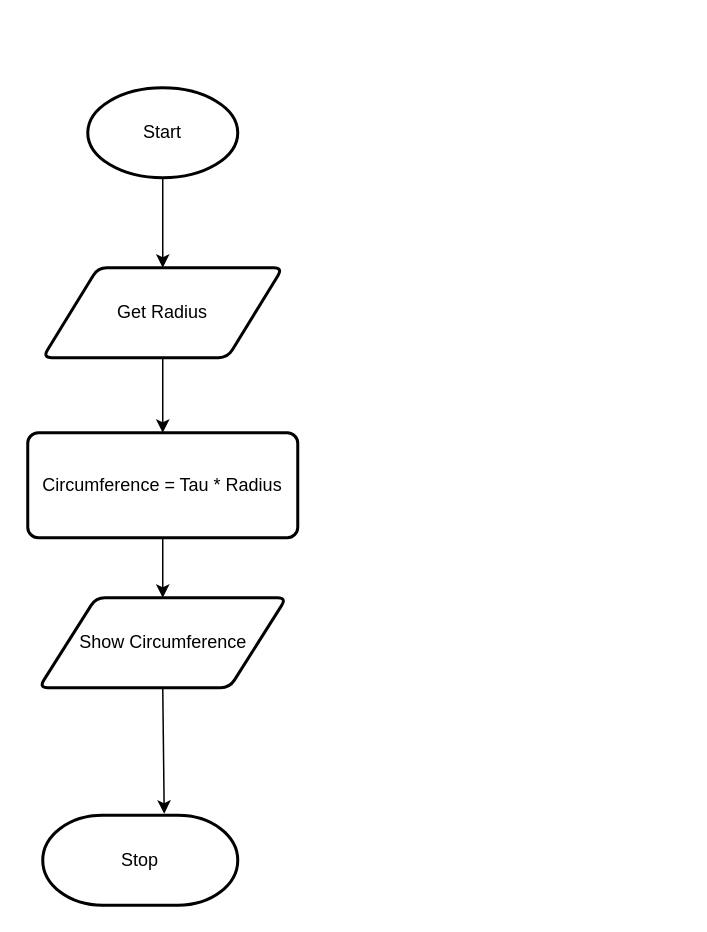
Earlier version of the draw.io diagram flowchart.drawio (Ethan-Prieur1/ICS3U-Unit3-01-Python). Source tidied: cells renumbered, new cells numbered last; positions are measured from the earlier drawing's top-left corner, leaving out a move shared by most shapes. Both pictures are drawn from the tidied source at 150%, with x=0, y=0 at pixel (27, 87).
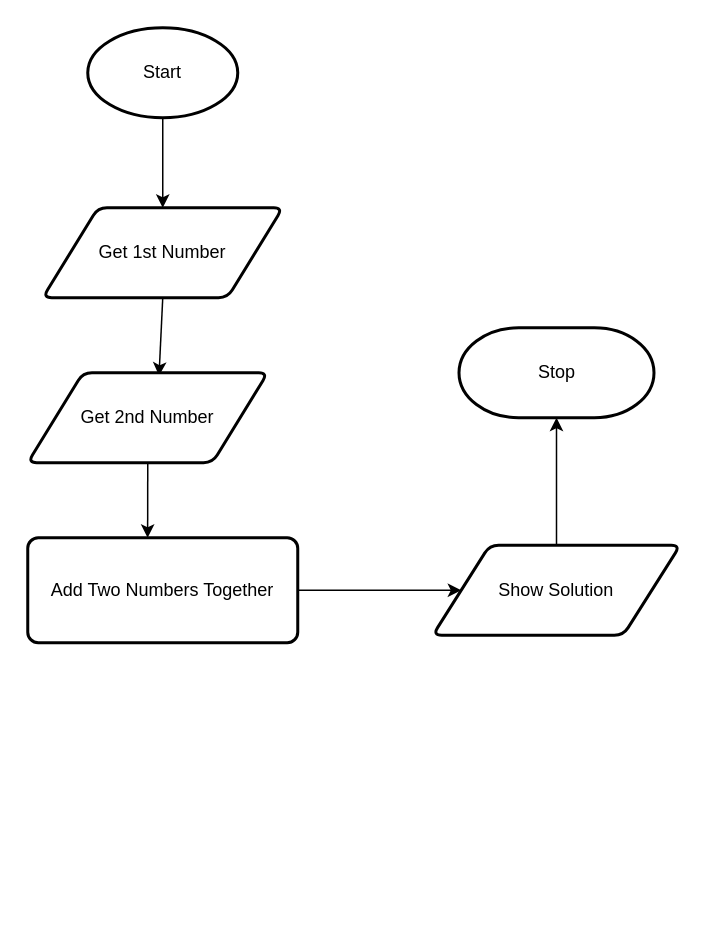
After the change.

What changed in the source:
```diff
@@
 <mxGraphModel>
   <root>
     <mxCell id="0" />
     <mxCell id="1" parent="0" />
     <mxCell id="2" style="edgeStyle=none;html=1;exitX=0.5;exitY=1;exitDx=0;exitDy=0;exitPerimeter=0;entryX=0.5;entryY=0;entryDx=0;entryDy=0;" parent="1" edge="1" source="3" target="5">
       <mxGeometry relative="1" as="geometry" />
     </mxCell>
     <mxCell id="3" value="Start" style="strokeWidth=2;html=1;shape=mxgraph.flowchart.start_1;whiteSpace=wrap;" parent="1" vertex="1">
-      <mxGeometry x="40" width="100" height="60" as="geometry" />
+      <mxGeometry x="40" y="-40" width="100" height="60" as="geometry" />
     </mxCell>
-    <mxCell id="4" style="edgeStyle=none;html=1;exitX=0.5;exitY=1;exitDx=0;exitDy=0;entryX=0.5;entryY=0;entryDx=0;entryDy=0;" parent="1" edge="1" source="5" target="7">
-      <mxGeometry relative="1" as="geometry" />
-    </mxCell>
+    <mxCell id="11" style="edgeStyle=none;html=1;exitX=0.5;exitY=1;exitDx=0;exitDy=0;entryX=0.547;entryY=0.033;entryDx=0;entryDy=0;entryPerimeter=0;" parent="1" edge="1" source="5" target="13">
+      <mxGeometry relative="1" as="geometry" />
+    </mxCell>
-    <mxCell id="5" value="Get Radius" style="shape=parallelogram;html=1;strokeWidth=2;perimeter=parallelogramPerimeter;whiteSpace=wrap;rounded=1;arcSize=12;size=0.23;" parent="1" vertex="1">
-      <mxGeometry x="10" y="120" width="160" height="60" as="geometry" />
+    <mxCell id="5" value="Get 1st Number" style="shape=parallelogram;html=1;strokeWidth=2;perimeter=parallelogramPerimeter;whiteSpace=wrap;rounded=1;arcSize=12;size=0.23;" parent="1" vertex="1">
+      <mxGeometry x="10" y="80" width="160" height="60" as="geometry" />
     </mxCell>
-    <mxCell id="6" style="edgeStyle=none;html=1;exitX=0.5;exitY=1;exitDx=0;exitDy=0;entryX=0.5;entryY=0;entryDx=0;entryDy=0;" parent="1" edge="1" source="7" target="9">
+    <mxCell id="6" style="edgeStyle=none;html=1;exitX=1;exitY=0.5;exitDx=0;exitDy=0;entryX=0;entryY=0.5;entryDx=0;entryDy=0;" parent="1" edge="1" source="7" target="9">
       <mxGeometry relative="1" as="geometry" />
     </mxCell>
-    <mxCell id="7" value="Circumference = Tau * Radius" style="rounded=1;whiteSpace=wrap;html=1;absoluteArcSize=1;arcSize=14;strokeWidth=2;" parent="1" vertex="1">
-      <mxGeometry y="230" width="180" height="70" as="geometry" />
+    <mxCell id="7" value="Add Two Numbers Together" style="rounded=1;whiteSpace=wrap;html=1;absoluteArcSize=1;arcSize=14;strokeWidth=2;" parent="1" vertex="1">
+      <mxGeometry y="300" width="180" height="70" as="geometry" />
     </mxCell>
-    <mxCell id="8" style="edgeStyle=none;html=1;exitX=0.5;exitY=1;exitDx=0;exitDy=0;entryX=0.623;entryY=-0.017;entryDx=0;entryDy=0;entryPerimeter=0;" parent="1" edge="1" source="9" target="10">
+    <mxCell id="8" style="edgeStyle=none;html=1;exitX=0.5;exitY=0;exitDx=0;exitDy=0;" parent="1" edge="1" source="9" target="10">
       <mxGeometry relative="1" as="geometry" />
     </mxCell>
-    <mxCell id="9" value="Show Circumference" style="shape=parallelogram;html=1;strokeWidth=2;perimeter=parallelogramPerimeter;whiteSpace=wrap;rounded=1;arcSize=12;size=0.23;" parent="1" vertex="1">
-      <mxGeometry x="7.5" y="340" width="165" height="60" as="geometry" />
+    <mxCell id="9" value="Show Solution" style="shape=parallelogram;html=1;strokeWidth=2;perimeter=parallelogramPerimeter;whiteSpace=wrap;rounded=1;arcSize=12;size=0.23;" parent="1" vertex="1">
+      <mxGeometry x="270" y="305" width="165" height="60" as="geometry" />
     </mxCell>
     <mxCell id="10" value="Stop" style="strokeWidth=2;html=1;shape=mxgraph.flowchart.terminator;whiteSpace=wrap;" parent="1" vertex="1">
-      <mxGeometry x="10" y="485" width="130" height="60" as="geometry" />
+      <mxGeometry x="287.5" y="160" width="130" height="60" as="geometry" />
     </mxCell>
+    <mxCell id="12" style="edgeStyle=none;html=1;exitX=0.5;exitY=1;exitDx=0;exitDy=0;entryX=0.444;entryY=0;entryDx=0;entryDy=0;entryPerimeter=0;" parent="1" edge="1" source="13" target="7">
+      <mxGeometry relative="1" as="geometry" />
+    </mxCell>
+    <mxCell id="13" value="Get 2nd Number" style="shape=parallelogram;html=1;strokeWidth=2;perimeter=parallelogramPerimeter;whiteSpace=wrap;rounded=1;arcSize=12;size=0.23;" parent="1" vertex="1">
+      <mxGeometry y="190" width="160" height="60" as="geometry" />
+    </mxCell>
   </root>
 </mxGraphModel>
```
